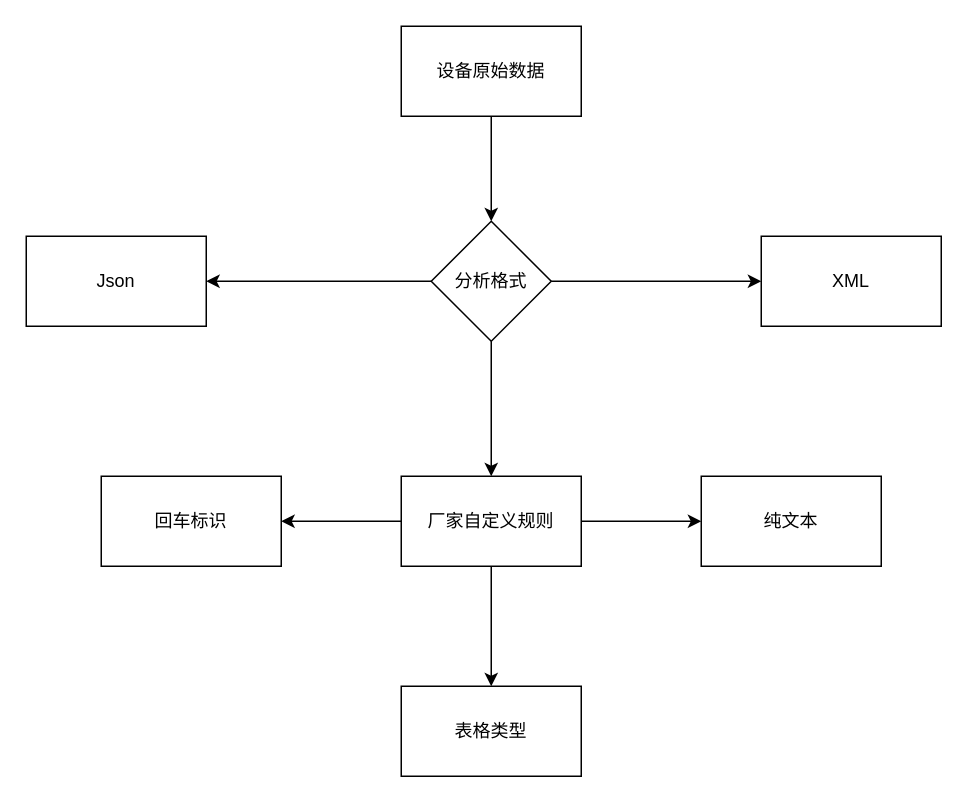
Above: add.drawio in tangme/flowchart (draw.io), before the change. Source tidied: cells renumbered, new cells numbered last; positions are measured from the earlier drawing's top-left corner, leaving out a move shared by most shapes. Both pictures are drawn from the tidied source at 150%, with x=0, y=0 at pixel (26, 26).
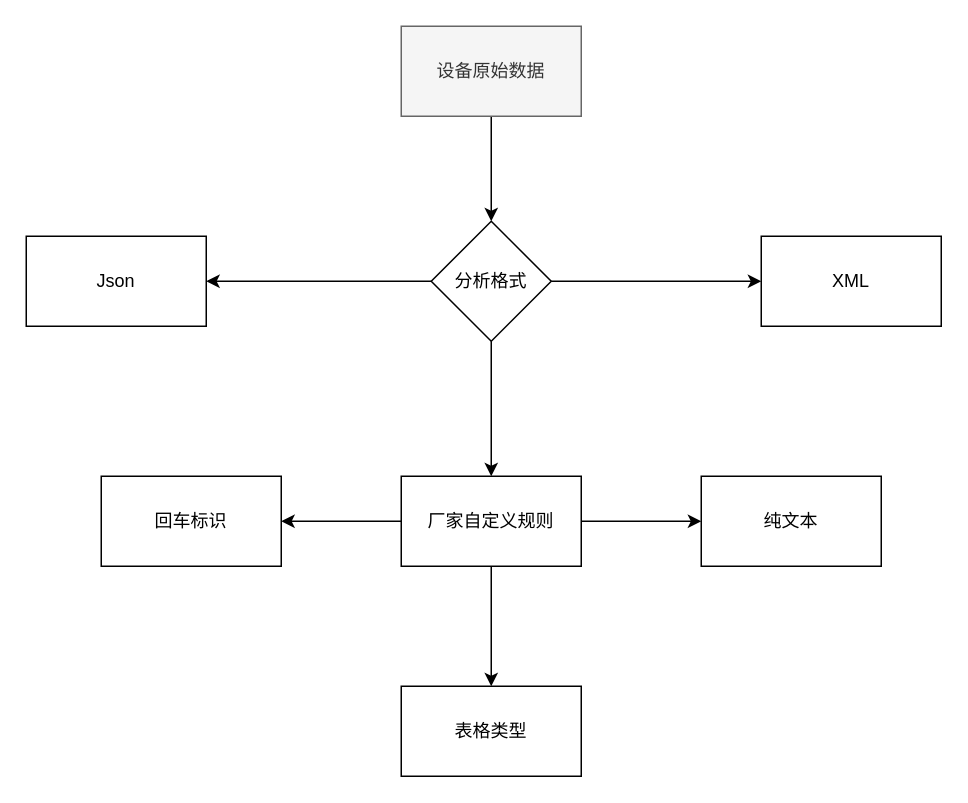
Above is the later version.

What changed in the source:
```diff
@@
 <mxGraphModel>
   <root>
     <mxCell id="0" />
     <mxCell id="1" parent="0" />
     <mxCell id="2" style="edgeStyle=orthogonalEdgeStyle;rounded=0;jettySize=auto;html=1;" parent="1" edge="1" source="3" target="7">
       <mxGeometry relative="1" as="geometry" />
     </mxCell>
-    <mxCell id="3" value="设备原始数据" style="rounded=0;whiteSpace=wrap;html=1;" parent="1" vertex="1">
+    <mxCell id="3" value="设备原始数据" style="rounded=0;whiteSpace=wrap;html=1;fillColor=#f5f5f5;fontColor=#333333;strokeColor=#666666;" parent="1" vertex="1">
       <mxGeometry x="250" width="120" height="60" as="geometry" />
     </mxCell>
     <mxCell id="4" style="edgeStyle=orthogonalEdgeStyle;rounded=0;jettySize=auto;html=1;" parent="1" edge="1" source="7" target="8">
       <mxGeometry relative="1" as="geometry" />
     </mxCell>
     <mxCell id="5" style="edgeStyle=orthogonalEdgeStyle;rounded=0;jettySize=auto;html=1;" parent="1" edge="1" source="7" target="9">
       <mxGeometry relative="1" as="geometry" />
     </mxCell>
     <mxCell id="6" style="edgeStyle=orthogonalEdgeStyle;rounded=0;jettySize=auto;html=1;" parent="1" edge="1" source="7" target="13">
       <mxGeometry relative="1" as="geometry" />
     </mxCell>
     <mxCell id="7" value="分析格式" style="rhombus;whiteSpace=wrap;html=1;rounded=0;" parent="1" vertex="1">
       <mxGeometry x="270" y="130" width="80" height="80" as="geometry" />
     </mxCell>
     <mxCell id="8" value="XML" style="whiteSpace=wrap;html=1;rounded=0;" parent="1" vertex="1">
       <mxGeometry x="490" y="140" width="120" height="60" as="geometry" />
     </mxCell>
     <mxCell id="9" value="Json" style="whiteSpace=wrap;html=1;rounded=0;" parent="1" vertex="1">
       <mxGeometry y="140" width="120" height="60" as="geometry" />
     </mxCell>
     <mxCell id="10" style="edgeStyle=orthogonalEdgeStyle;rounded=0;jettySize=auto;html=1;" parent="1" edge="1" source="13" target="14">
       <mxGeometry relative="1" as="geometry" />
     </mxCell>
     <mxCell id="11" style="edgeStyle=orthogonalEdgeStyle;rounded=0;jettySize=auto;html=1;" parent="1" edge="1" source="13" target="15">
       <mxGeometry relative="1" as="geometry" />
     </mxCell>
     <mxCell id="12" style="edgeStyle=orthogonalEdgeStyle;rounded=0;jettySize=auto;html=1;" parent="1" edge="1" source="13" target="16">
       <mxGeometry relative="1" as="geometry" />
     </mxCell>
     <mxCell id="13" value="厂家自定义规则" style="whiteSpace=wrap;html=1;rounded=0;" parent="1" vertex="1">
       <mxGeometry x="250" y="300" width="120" height="60" as="geometry" />
     </mxCell>
     <mxCell id="14" value="表格类型" style="whiteSpace=wrap;html=1;rounded=0;" parent="1" vertex="1">
       <mxGeometry x="250" y="440" width="120" height="60" as="geometry" />
     </mxCell>
     <mxCell id="15" value="纯文本" style="whiteSpace=wrap;html=1;rounded=0;" parent="1" vertex="1">
       <mxGeometry x="450" y="300" width="120" height="60" as="geometry" />
     </mxCell>
     <mxCell id="16" value="回车标识" style="whiteSpace=wrap;html=1;rounded=0;" parent="1" vertex="1">
       <mxGeometry x="50" y="300" width="120" height="60" as="geometry" />
     </mxCell>
   </root>
 </mxGraphModel>
```
